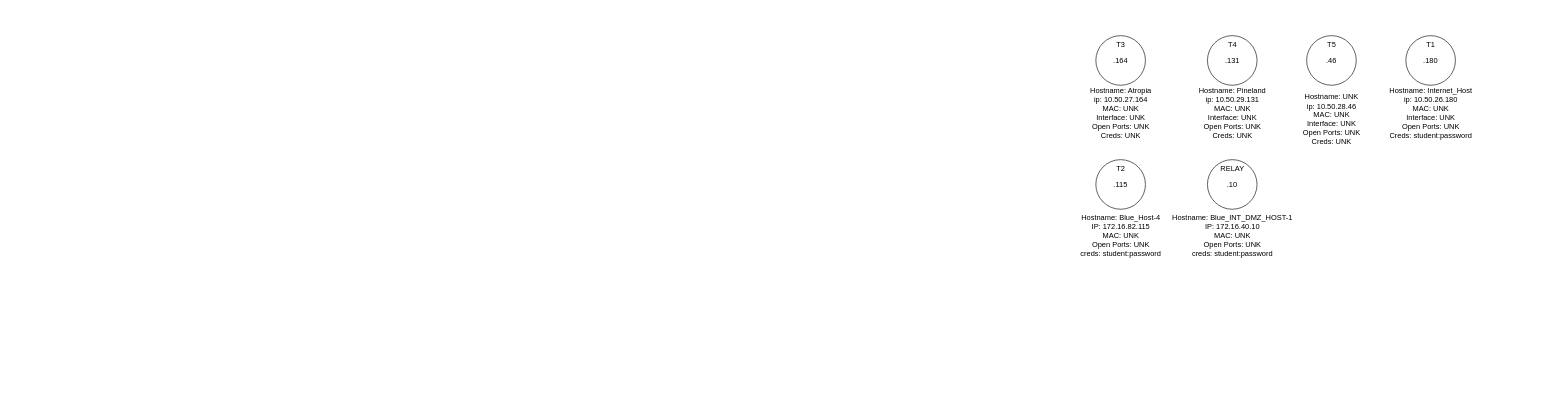
Flyingtomat0/Net-Maps keeps this draw.io diagram as CTFdChallenge.drawio. Above is the earlier version. Source tidied: cells renumbered, new cells numbered last; positions are measured from the earlier drawing's top-left corner, leaving out a move shared by most shapes. Both pictures are drawn from the tidied source at 62%, with x=0, y=0 at pixel (1074, 35).
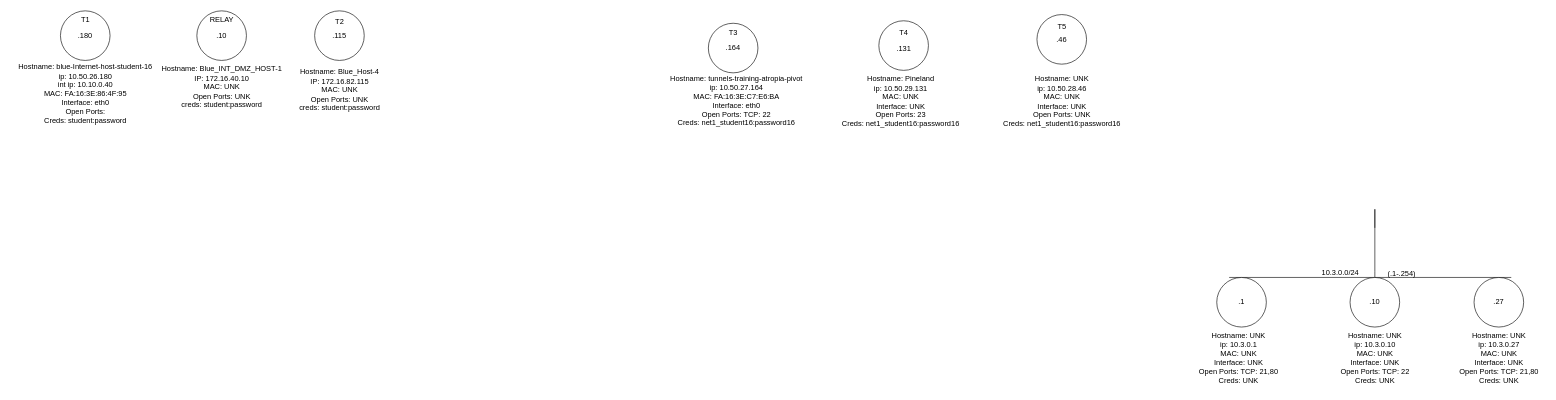
The same page after the edit.

The edit, as a diff of the source:
```diff
@@
     <mxCell id="2" value=".164" style="ellipse;whiteSpace=wrap;html=1;" parent="1" vertex="1">
-      <mxGeometry x="35" y="1" width="80" height="80" as="geometry" />
+      <mxGeometry x="-590" y="-19" width="80" height="80" as="geometry" />
     </mxCell>
     <mxCell id="3" style="ellipse;whiteSpace=wrap;html=1;" parent="1" vertex="1">
-      <mxGeometry x="215" y="1" width="80" height="80" as="geometry" />
+      <mxGeometry x="-315" y="-23" width="80" height="80" as="geometry" />
     </mxCell>
     <mxCell id="4" value=".46" style="ellipse;whiteSpace=wrap;html=1;" parent="1" vertex="1">
-      <mxGeometry x="375" y="1" width="80" height="80" as="geometry" />
+      <mxGeometry x="-60" y="-33" width="80" height="80" as="geometry" />
     </mxCell>
     <mxCell id="5" value=".180" style="ellipse;whiteSpace=wrap;html=1;" parent="1" vertex="1">
-      <mxGeometry x="535" y="1" width="80" height="80" as="geometry" />
+      <mxGeometry x="-1635" y="-39" width="80" height="80" as="geometry" />
     </mxCell>
-    <mxCell id="6" value="&lt;div&gt;Hostname: Atropia&lt;/div&gt;&lt;div&gt;ip: 10.50.27.164&lt;/div&gt;&lt;div&gt;MAC: UNK&lt;br&gt;&lt;/div&gt;&lt;div&gt;Interface: UNK&lt;br&gt;&lt;/div&gt;&lt;div&gt;Open Ports: UNK&lt;/div&gt;&lt;div&gt;Creds: UNK&lt;br&gt;&lt;/div&gt;" style="text;html=1;align=center;verticalAlign=middle;strokeColor=none;fillColor=none;" parent="1" vertex="1">
-      <mxGeometry x="15" y="76" width="120" height="100" as="geometry" />
+    <mxCell id="6" value="&lt;div&gt;Hostname: tunnels-training-atropia-pivot&lt;/div&gt;&lt;div&gt;ip: 10.50.27.164&lt;/div&gt;&lt;div&gt;MAC: FA:16:3E:C7:E6:BA&lt;br&gt;&lt;/div&gt;&lt;div&gt;Interface: eth0&lt;br&gt;&lt;/div&gt;&lt;div&gt;Open Ports: TCP: 22&lt;br&gt;&lt;/div&gt;&lt;div&gt;Creds: net1_student16:password16&lt;br&gt;&lt;/div&gt;" style="text;html=1;align=center;verticalAlign=middle;strokeColor=none;fillColor=none;" parent="1" vertex="1">
+      <mxGeometry x="-665" y="56" width="240" height="100" as="geometry" />
     </mxCell>
-    <mxCell id="7" value="&lt;div&gt;Hostname: Pineland&lt;/div&gt;&lt;div&gt;ip: 10.50.29.131&lt;/div&gt;&lt;div&gt;MAC: UNK&lt;br&gt;&lt;/div&gt;&lt;div&gt;Interface: UNK&lt;br&gt;&lt;/div&gt;&lt;div&gt;Open Ports: UNK&lt;/div&gt;&lt;div&gt;Creds: UNK&lt;/div&gt;" style="text;html=1;align=center;verticalAlign=middle;strokeColor=none;fillColor=none;" parent="1" vertex="1">
-      <mxGeometry x="190" y="76" width="130" height="100" as="geometry" />
+    <mxCell id="7" value="&lt;div&gt;Hostname: Pineland&lt;/div&gt;&lt;div&gt;ip: 10.50.29.131&lt;/div&gt;&lt;div&gt;MAC: UNK&lt;br&gt;&lt;/div&gt;&lt;div&gt;Interface: UNK&lt;br&gt;&lt;/div&gt;&lt;div&gt;Open Ports: 23&lt;br&gt;&lt;/div&gt;&lt;div&gt;Creds: net1_student16:password16&lt;/div&gt;" style="text;html=1;align=center;verticalAlign=middle;strokeColor=none;fillColor=none;" parent="1" vertex="1">
+      <mxGeometry x="-385" y="57" width="210" height="100" as="geometry" />
     </mxCell>
-    <mxCell id="8" value="&lt;div&gt;Hostname: UNK&lt;br&gt;&lt;/div&gt;&lt;div&gt;ip: 10.50.28.46&lt;br&gt;&lt;/div&gt;&lt;div&gt;MAC: UNK&lt;br&gt;&lt;/div&gt;&lt;div&gt;Interface: UNK&lt;br&gt;&lt;/div&gt;&lt;div&gt;Open Ports: UNK&lt;/div&gt;&lt;div&gt;Creds: UNK&lt;/div&gt;" style="text;html=1;align=center;verticalAlign=middle;strokeColor=none;fillColor=none;" parent="1" vertex="1">
-      <mxGeometry x="355" y="86" width="120" height="100" as="geometry" />
+    <mxCell id="8" value="&lt;div&gt;Hostname: UNK&lt;br&gt;&lt;/div&gt;&lt;div&gt;ip: 10.50.28.46&lt;br&gt;&lt;/div&gt;&lt;div&gt;MAC: UNK&lt;br&gt;&lt;/div&gt;&lt;div&gt;Interface: UNK&lt;br&gt;&lt;/div&gt;&lt;div&gt;Open Ports: UNK&lt;/div&gt;&lt;div&gt;Creds: net1_student16:password16&lt;/div&gt;" style="text;html=1;align=center;verticalAlign=middle;strokeColor=none;fillColor=none;" parent="1" vertex="1">
+      <mxGeometry x="-125" y="57" width="210" height="100" as="geometry" />
     </mxCell>
-    <mxCell id="9" value="&lt;div&gt;Hostname: Internet_Host&lt;br&gt;&lt;/div&gt;&lt;div&gt;ip: 10.50.26.180&lt;br&gt;&lt;/div&gt;&lt;div&gt;MAC: UNK&lt;br&gt;&lt;/div&gt;&lt;div&gt;Interface: UNK&lt;br&gt;&lt;/div&gt;&lt;div&gt;Open Ports: UNK&lt;/div&gt;&lt;div&gt;Creds: student:password&lt;br&gt;&lt;/div&gt;" style="text;html=1;align=center;verticalAlign=middle;strokeColor=none;fillColor=none;" parent="1" vertex="1">
-      <mxGeometry x="495" y="76" width="160" height="100" as="geometry" />
+    <mxCell id="9" value="&lt;div&gt;Hostname: blue-Internet-host-student-16&lt;br&gt;&lt;/div&gt;&lt;div&gt;ip: 10.50.26.180&lt;/div&gt;&lt;div&gt;int ip: 10.10.0.40&lt;br&gt;&lt;/div&gt;&lt;div&gt;MAC: FA:16:3E:86:4F:95&lt;br&gt;&lt;/div&gt;&lt;div&gt;Interface: eth0&lt;/div&gt;&lt;div&gt;Open Ports:&lt;br&gt;&lt;/div&gt;&lt;div&gt;Creds: student:password&lt;br&gt;&lt;/div&gt;" style="text;html=1;align=center;verticalAlign=middle;strokeColor=none;fillColor=none;" parent="1" vertex="1">
+      <mxGeometry x="-1715" y="40" width="240" height="110" as="geometry" />
     </mxCell>
     <mxCell id="10" value="T3" style="text;html=1;align=center;verticalAlign=middle;strokeColor=none;fillColor=none;" parent="1" vertex="1">
-      <mxGeometry x="55" y="1" width="40" height="30" as="geometry" />
+      <mxGeometry x="-570" y="-19" width="40" height="30" as="geometry" />
     </mxCell>
     <mxCell id="11" value=".131" style="text;html=1;align=center;verticalAlign=middle;strokeColor=none;fillColor=none;" parent="1" vertex="1">
-      <mxGeometry x="230" y="26" width="50" height="30" as="geometry" />
+      <mxGeometry x="-300" y="7" width="50" height="30" as="geometry" />
     </mxCell>
     <mxCell id="12" value="T4" style="text;html=1;align=center;verticalAlign=middle;strokeColor=none;fillColor=none;" parent="1" vertex="1">
-      <mxGeometry x="235" width="40" height="30" as="geometry" />
+      <mxGeometry x="-295" y="-19" width="40" height="30" as="geometry" />
     </mxCell>
     <mxCell id="13" value="T5" style="text;html=1;align=center;verticalAlign=middle;strokeColor=none;fillColor=none;" parent="1" vertex="1">
-      <mxGeometry x="395" y="1" width="40" height="30" as="geometry" />
+      <mxGeometry x="-40" y="-28" width="40" height="30" as="geometry" />
     </mxCell>
     <mxCell id="14" value="T1" style="text;html=1;align=center;verticalAlign=middle;strokeColor=none;fillColor=none;" parent="1" vertex="1">
-      <mxGeometry x="555" y="1" width="40" height="30" as="geometry" />
+      <mxGeometry x="-1615" y="-39" width="40" height="30" as="geometry" />
     </mxCell>
     <mxCell id="15" value=".115" style="ellipse;whiteSpace=wrap;html=1;" parent="1" vertex="1">
-      <mxGeometry x="35" y="201" width="80" height="80" as="geometry" />
+      <mxGeometry x="-1225" y="-39" width="80" height="80" as="geometry" />
     </mxCell>
     <mxCell id="16" value="&lt;div&gt;Hostname: Blue_Host-4&lt;/div&gt;&lt;div&gt;IP: 172.16.82.115&lt;/div&gt;&lt;div&gt;MAC: UNK&lt;br&gt;&lt;/div&gt;&lt;div&gt;Open Ports: UNK&lt;br&gt;&lt;/div&gt;&lt;div&gt;creds: student:password&lt;/div&gt;&lt;div&gt;&lt;br&gt;&lt;/div&gt;" style="text;html=1;align=center;verticalAlign=middle;strokeColor=none;fillColor=none;" parent="1" vertex="1">
-      <mxGeometry y="281" width="150" height="100" as="geometry" />
+      <mxGeometry x="-1260" y="46" width="150" height="100" as="geometry" />
     </mxCell>
     <mxCell id="17" value="T2" style="text;html=1;align=center;verticalAlign=middle;strokeColor=none;fillColor=none;" parent="1" vertex="1">
-      <mxGeometry x="55" y="201" width="40" height="30" as="geometry" />
+      <mxGeometry x="-1205" y="-37" width="40" height="30" as="geometry" />
     </mxCell>
     <mxCell id="18" value=".10" style="ellipse;whiteSpace=wrap;html=1;" parent="1" vertex="1">
-      <mxGeometry x="215" y="201" width="80" height="80" as="geometry" />
+      <mxGeometry x="-1415" y="-39" width="80" height="80" as="geometry" />
     </mxCell>
     <mxCell id="19" value="RELAY" style="text;html=1;align=center;verticalAlign=middle;strokeColor=none;fillColor=none;" parent="1" vertex="1">
-      <mxGeometry x="225" y="201" width="60" height="30" as="geometry" />
+      <mxGeometry x="-1405" y="-39" width="60" height="30" as="geometry" />
     </mxCell>
     <mxCell id="20" value="&lt;div&gt;Hostname: Blue_INT_DMZ_HOST-1&lt;/div&gt;&lt;div&gt;IP: 172.16.40.10&lt;/div&gt;&lt;div&gt;MAC: UNK&lt;br&gt;&lt;/div&gt;&lt;div&gt;Open Ports: UNK&lt;br&gt;&lt;/div&gt;&lt;div&gt;creds: student:password&lt;/div&gt;&lt;div&gt;&lt;br&gt;&lt;/div&gt;" style="text;html=1;align=center;verticalAlign=middle;strokeColor=none;fillColor=none;" parent="1" vertex="1">
-      <mxGeometry x="145" y="281" width="220" height="100" as="geometry" />
+      <mxGeometry x="-1485" y="41" width="220" height="100" as="geometry" />
     </mxCell>
+    <mxCell id="21" style="endArrow=none;html=1;rounded=0;" parent="1" edge="1">
+      <mxGeometry relative="1" as="geometry">
+        <mxPoint x="250" y="391" as="sourcePoint" />
+        <mxPoint x="705" y="391" as="targetPoint" />
+      </mxGeometry>
+    </mxCell>
+    <mxCell id="22" style="endArrow=none;html=1;rounded=0;" parent="1" edge="1">
+      <mxGeometry relative="1" as="geometry">
+        <mxPoint x="485" y="391" as="sourcePoint" />
+        <mxPoint x="485" y="311" as="targetPoint" />
+        <Array as="points">
+          <mxPoint x="485" y="381" />
+          <mxPoint x="485" y="281" />
+        </Array>
+      </mxGeometry>
+    </mxCell>
+    <mxCell id="23" value=".1" style="ellipse;whiteSpace=wrap;html=1;" parent="1" vertex="1">
+      <mxGeometry x="230" y="391" width="80" height="80" as="geometry" />
+    </mxCell>
+    <mxCell id="24" value=".10" style="ellipse;whiteSpace=wrap;html=1;" parent="1" vertex="1">
+      <mxGeometry x="445" y="391" width="80" height="80" as="geometry" />
+    </mxCell>
+    <mxCell id="25" value=".27" style="ellipse;whiteSpace=wrap;html=1;" parent="1" vertex="1">
+      <mxGeometry x="645" y="391" width="80" height="80" as="geometry" />
+    </mxCell>
+    <mxCell id="26" value="10.3.0.0/24" style="text;html=1;align=center;verticalAlign=middle;strokeColor=none;fillColor=none;" parent="1" vertex="1">
+      <mxGeometry x="389" y="369" width="80" height="30" as="geometry" />
+    </mxCell>
+    <mxCell id="27" value="(.1-.254)" style="text;html=1;align=center;verticalAlign=middle;strokeColor=none;fillColor=none;" parent="1" vertex="1">
+      <mxGeometry x="493" y="370" width="70" height="30" as="geometry" />
+    </mxCell>
+    <mxCell id="28" value="&lt;div&gt;Hostname: UNK&lt;br&gt;&lt;/div&gt;&lt;div&gt;ip: 10.3.0.1&lt;br&gt;&lt;/div&gt;&lt;div&gt;MAC: UNK&lt;br&gt;&lt;/div&gt;&lt;div&gt;Interface: UNK&lt;br&gt;&lt;/div&gt;&lt;div&gt;Open Ports: TCP: 21,80&lt;br&gt;&lt;/div&gt;&lt;div&gt;Creds: UNK&lt;br&gt;&lt;/div&gt;" style="text;html=1;align=center;verticalAlign=middle;strokeColor=none;fillColor=none;" parent="1" vertex="1">
+      <mxGeometry x="190" y="471" width="150" height="100" as="geometry" />
+    </mxCell>
+    <mxCell id="29" value="&lt;div&gt;Hostname: UNK&lt;br&gt;&lt;/div&gt;&lt;div&gt;ip: 10.3.0.10&lt;br&gt;&lt;/div&gt;&lt;div&gt;MAC: UNK&lt;br&gt;&lt;/div&gt;&lt;div&gt;Interface: UNK&lt;br&gt;&lt;/div&gt;&lt;div&gt;Open Ports: TCP: 22&lt;br&gt;&lt;/div&gt;&lt;div&gt;Creds: UNK&lt;br&gt;&lt;/div&gt;" style="text;html=1;align=center;verticalAlign=middle;strokeColor=none;fillColor=none;" parent="1" vertex="1">
+      <mxGeometry x="420" y="471" width="130" height="100" as="geometry" />
+    </mxCell>
+    <mxCell id="30" value="&lt;div&gt;Hostname: UNK&lt;br&gt;&lt;/div&gt;&lt;div&gt;ip: 10.3.0.27&lt;br&gt;&lt;/div&gt;&lt;div&gt;MAC: UNK&lt;br&gt;&lt;/div&gt;&lt;div&gt;Interface: UNK&lt;br&gt;&lt;/div&gt;&lt;div&gt;Open Ports: TCP: 21,80&lt;br&gt;&lt;/div&gt;&lt;div&gt;Creds: UNK&lt;br&gt;&lt;/div&gt;" style="text;html=1;align=center;verticalAlign=middle;strokeColor=none;fillColor=none;" parent="1" vertex="1">
+      <mxGeometry x="610" y="471" width="150" height="100" as="geometry" />
+    </mxCell>
```
